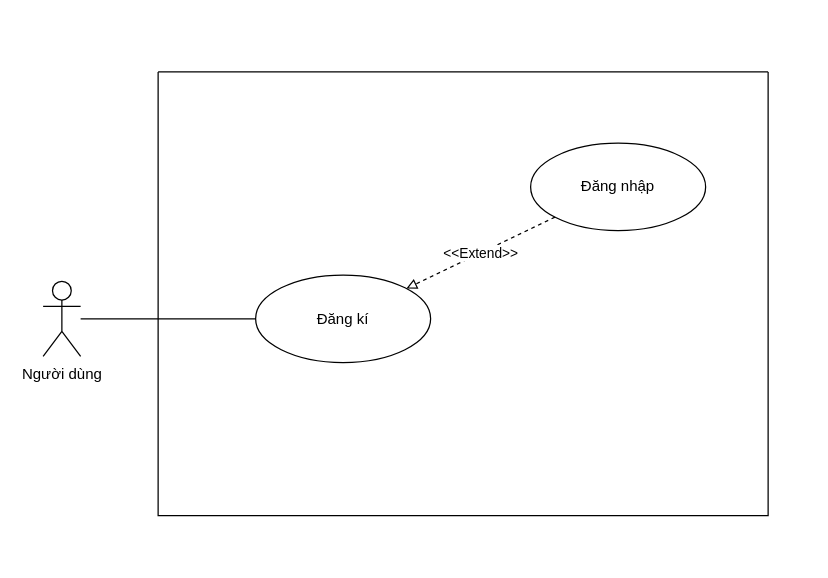
EdgarIgnite16/SGU-Course keeps this draw.io diagram as Nam3_HK1/CNPM_SoftTech/Usecase Diagrams/UD_5_Payments.drawio. Above is the earlier version. Source tidied: cells renumbered, new cells numbered last; positions are measured from the earlier drawing's top-left corner, leaving out a move shared by most shapes. Both pictures are drawn from the tidied source at 125%, with x=0, y=0 at pixel (42, 71).
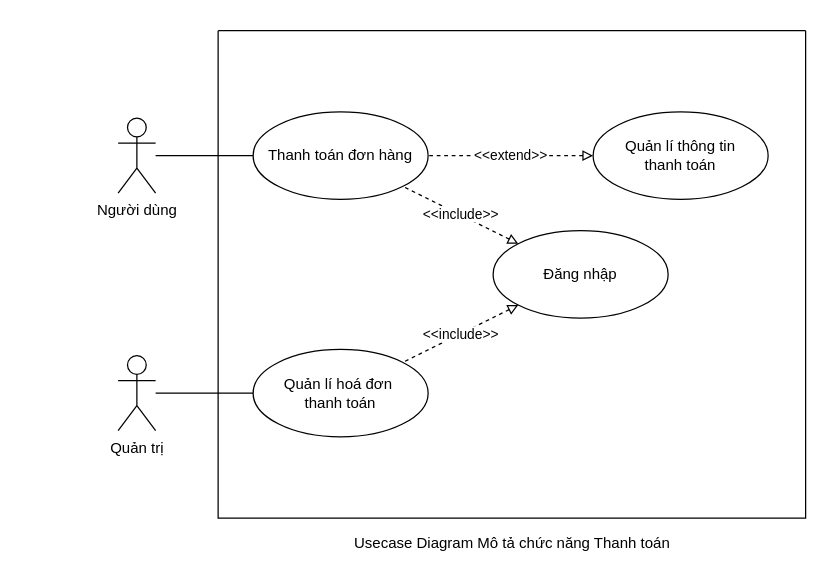
After the change.

Diff of the diagram source:
```diff
@@
 <mxGraphModel>
   <root>
     <mxCell id="0" />
     <mxCell id="1" parent="0" />
     <mxCell id="2" style="rounded=0;jettySize=auto;html=1;endArrow=none;endFill=0;" parent="1" edge="1" source="3" target="5">
       <mxGeometry relative="1" as="geometry" />
     </mxCell>
     <mxCell id="3" value="Người dùng" style="shape=umlActor;verticalLabelPosition=bottom;verticalAlign=top;html=1;outlineConnect=0;" parent="1" vertex="1">
-      <mxGeometry y="167.5" width="30" height="60" as="geometry" />
+      <mxGeometry x="60" y="37" width="30" height="60" as="geometry" />
     </mxCell>
     <mxCell id="4" style="swimlane;startSize=0;" parent="1" vertex="1">
-      <mxGeometry x="92" width="488" height="355" as="geometry" />
+      <mxGeometry x="140" y="-33" width="470" height="390" as="geometry" />
     </mxCell>
-    <mxCell id="5" value="Đăng kí" style="ellipse;whiteSpace=wrap;html=1;" parent="4" vertex="1">
-      <mxGeometry x="78" y="162.5" width="140" height="70" as="geometry" />
+    <mxCell id="5" value="Thanh toán đơn hàng" style="ellipse;whiteSpace=wrap;html=1;" parent="4" vertex="1">
+      <mxGeometry x="28" y="65" width="140" height="70" as="geometry" />
     </mxCell>
-    <mxCell id="6" value="&amp;lt;&amp;lt;Extend&amp;gt;&amp;gt;" style="jettySize=auto;html=1;strokeColor=default;rounded=0;dashed=1;endArrow=block;endFill=0;" parent="4" edge="1" source="7" target="5">
+    <mxCell id="6" value="&amp;lt;&amp;lt;include&amp;gt;&amp;gt;" style="jettySize=auto;html=1;strokeColor=default;rounded=0;dashed=1;endArrow=none;endFill=0;startArrow=block;startFill=0;" parent="4" edge="1" source="7" target="5">
       <mxGeometry relative="1" as="geometry" />
     </mxCell>
     <mxCell id="7" value="Đăng nhập" style="ellipse;whiteSpace=wrap;html=1;" parent="4" vertex="1">
-      <mxGeometry x="298" y="57" width="140" height="70" as="geometry" />
+      <mxGeometry x="220" y="160" width="140" height="70" as="geometry" />
     </mxCell>
+    <mxCell id="9" value="Quản lí hoá đơn&amp;nbsp;&lt;br&gt;thanh toán" style="ellipse;whiteSpace=wrap;html=1;" parent="4" vertex="1">
+      <mxGeometry x="28" y="255" width="140" height="70" as="geometry" />
+    </mxCell>
+    <mxCell id="10" value="&amp;lt;&amp;lt;include&amp;gt;&amp;gt;" style="jettySize=auto;html=1;strokeColor=default;rounded=0;dashed=1;endArrow=none;endFill=0;startArrow=block;startFill=0;" parent="4" edge="1" source="7" target="9">
+      <mxGeometry relative="1" as="geometry" />
+    </mxCell>
+    <mxCell id="11" value="Quản lí thông tin&lt;br&gt;thanh toán" style="ellipse;whiteSpace=wrap;html=1;" parent="4" vertex="1">
+      <mxGeometry x="300" y="65" width="140" height="70" as="geometry" />
+    </mxCell>
+    <mxCell id="12" value="&amp;lt;&amp;lt;extend&amp;gt;&amp;gt;" style="jettySize=auto;html=1;strokeColor=default;rounded=0;dashed=1;endArrow=none;endFill=0;startArrow=block;startFill=0;" parent="4" edge="1" source="11" target="5">
+      <mxGeometry relative="1" as="geometry" />
+    </mxCell>
     <mxCell id="8" style="edgeStyle=none;rounded=0;orthogonalLoop=1;jettySize=auto;html=1;exitX=0.5;exitY=0;exitDx=0;exitDy=0;dashed=1;strokeColor=default;" parent="1" edge="1" source="4" target="4">
       <mxGeometry relative="1" as="geometry" />
     </mxCell>
+    <mxCell id="13" value="Usecase Diagram Mô tả chức năng Thanh toán" style="text;html=1;align=center;verticalAlign=middle;strokeColor=none;fillColor=none;" parent="1" vertex="1">
+      <mxGeometry x="240" y="367" width="270" height="20" as="geometry" />
+    </mxCell>
+    <mxCell id="14" value="Quản trị" style="shape=umlActor;verticalLabelPosition=bottom;verticalAlign=top;html=1;outlineConnect=0;" parent="1" vertex="1">
+      <mxGeometry x="60" y="227" width="30" height="60" as="geometry" />
+    </mxCell>
+    <mxCell id="15" style="rounded=0;jettySize=auto;html=1;endArrow=none;endFill=0;" parent="1" edge="1" source="14" target="9">
+      <mxGeometry relative="1" as="geometry" />
+    </mxCell>
   </root>
 </mxGraphModel>
```
